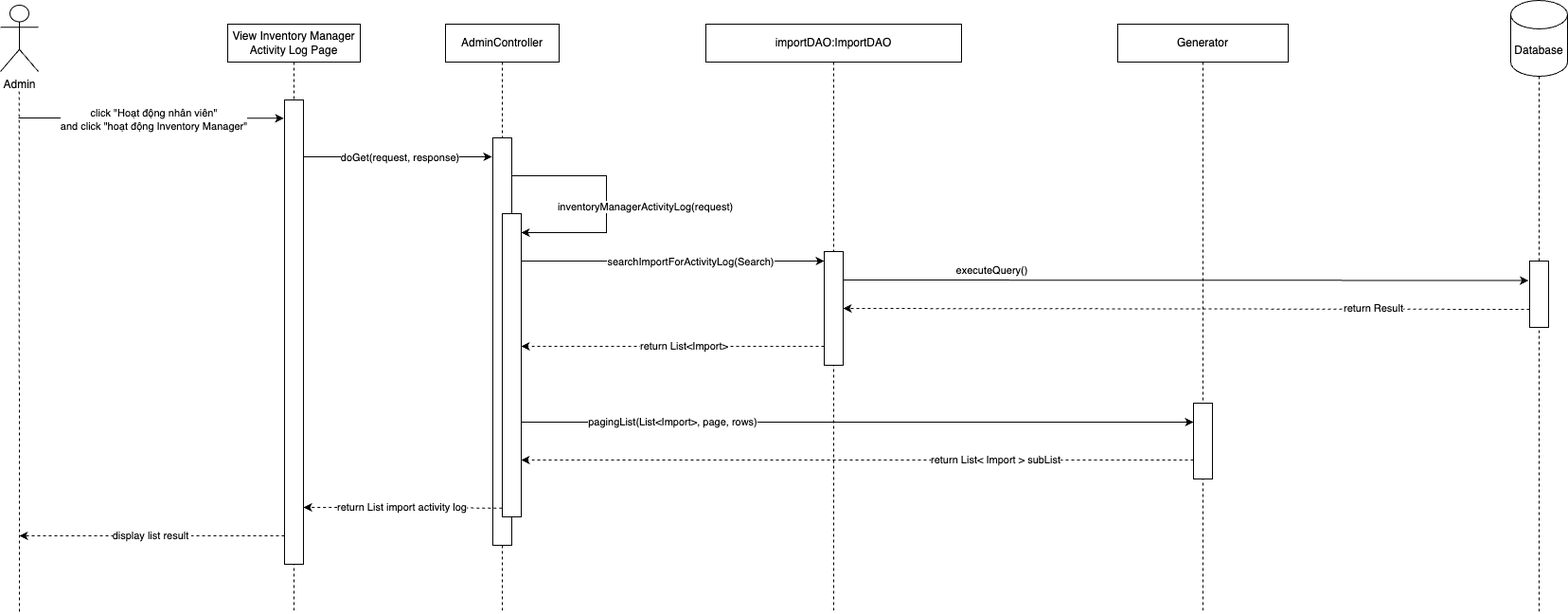
This is document/SDS/42. View inventory manager activity log/Sequence_Diagram/ViewInventoryManagerActivityLogSequenceDiagram.drawio.png from QuocZuong/perfume-store, a draw.io export, as it was before one commit. Source tidied: cells renumbered, new cells last; positions are measured from the earlier drawing's top-left corner, leaving out a move shared by most shapes.
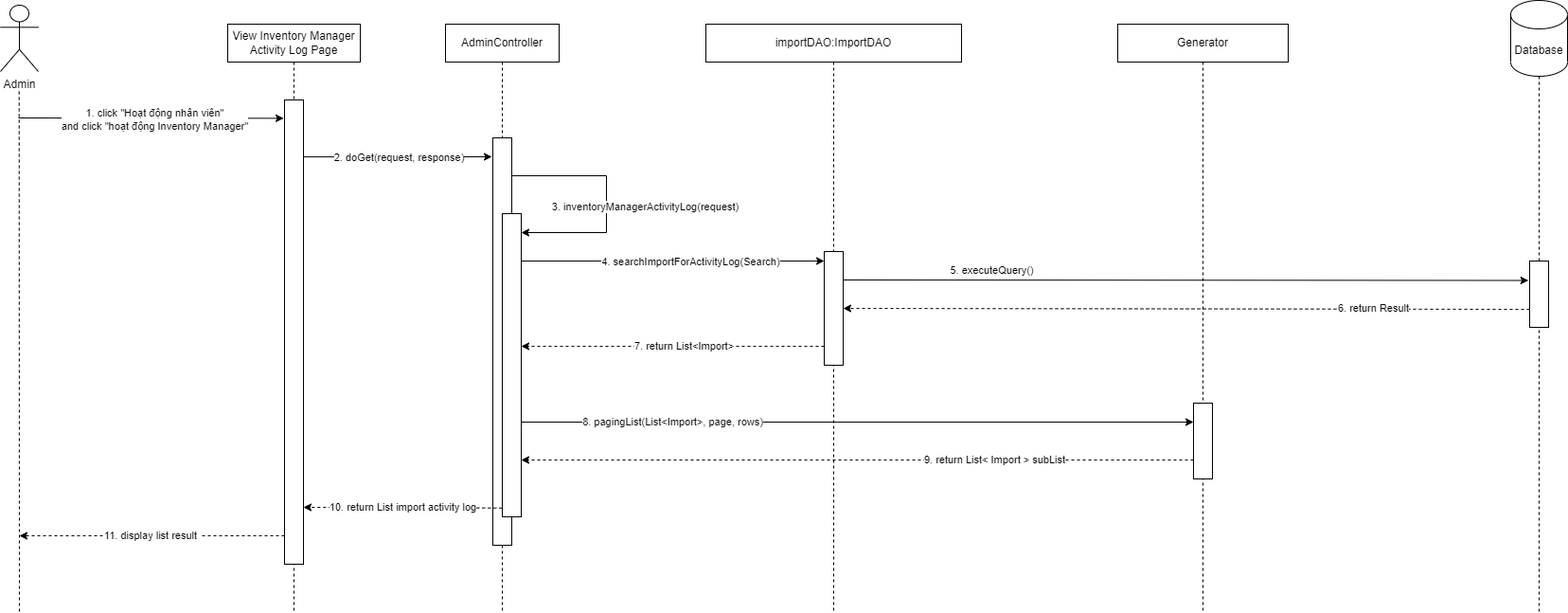
After the change.

Change to the diagram source:
```diff
@@ -32,7 +32,7 @@
         <mxPoint x="519" y="165" as="targetPoint" />
       </mxGeometry>
     </mxCell>
-    <mxCell id="10" value="doGet(request, response)" style="edgeLabel;html=1;align=center;verticalAlign=middle;" parent="9" vertex="1">
+    <mxCell id="10" value="2. doGet(request, response)" style="edgeLabel;html=1;align=center;verticalAlign=middle;" parent="9" vertex="1">
       <mxGeometry x="0.09" relative="1" as="geometry">
         <mxPoint x="-7" as="offset" />
       </mxGeometry>
@@ -43,7 +43,7 @@
         <mxPoint x="299.1" y="124.4" as="targetPoint" />
       </mxGeometry>
     </mxCell>
-    <mxCell id="12" value="click &quot;Hoạt động nhân viên&quot; &lt;br&gt;and click &quot;hoạt động Inventory Manager&quot;" style="edgeLabel;html=1;align=center;verticalAlign=middle;" parent="11" vertex="1">
+    <mxCell id="12" value="1. click &quot;Hoạt động nhân viên&quot; &lt;br&gt;and click &quot;hoạt động Inventory Manager&quot;" style="edgeLabel;html=1;align=center;verticalAlign=middle;" parent="11" vertex="1">
       <mxGeometry x="-0.16" y="2" relative="1" as="geometry">
         <mxPoint x="25" y="3" as="offset" />
       </mxGeometry>
@@ -73,18 +73,18 @@
         </Array>
       </mxGeometry>
     </mxCell>
-    <mxCell id="19" value="inventoryManagerActivityLog(request)" style="edgeLabel;html=1;align=center;verticalAlign=middle;" parent="18" vertex="1">
+    <mxCell id="19" value="3. inventoryManagerActivityLog(request)" style="edgeLabel;html=1;align=center;verticalAlign=middle;" parent="18" vertex="1">
       <mxGeometry x="0.09" relative="1" as="geometry">
         <mxPoint x="40" y="-4" as="offset" />
       </mxGeometry>
     </mxCell>
-    <mxCell id="20" value="display list result&amp;nbsp;" style="endArrow=classic;html=1;rounded=0;dashed=1;exitX=0.005;exitY=0.82;exitDx=0;exitDy=0;exitPerimeter=0;" parent="1" edge="1">
+    <mxCell id="20" value="11. display list result&amp;nbsp;" style="endArrow=classic;html=1;rounded=0;dashed=1;exitX=0.005;exitY=0.82;exitDx=0;exitDy=0;exitPerimeter=0;" parent="1" edge="1">
       <mxGeometry relative="1" as="geometry">
         <mxPoint x="300" y="565" as="sourcePoint" />
         <mxPoint x="20" y="565" as="targetPoint" />
       </mxGeometry>
     </mxCell>
-    <mxCell id="21" value="return&amp;nbsp;List&amp;lt;Import&amp;gt;" style="endArrow=classic;html=1;rounded=0;dashed=1;exitX=-0.178;exitY=0.826;exitDx=0;exitDy=0;exitPerimeter=0;" parent="1" edge="1">
+    <mxCell id="21" value="7. return&amp;nbsp;List&amp;lt;Import&amp;gt;" style="endArrow=classic;html=1;rounded=0;dashed=1;exitX=-0.178;exitY=0.826;exitDx=0;exitDy=0;exitPerimeter=0;" parent="1" edge="1">
       <mxGeometry x="-0.07" relative="1" as="geometry">
         <mxPoint x="870" y="365" as="sourcePoint" />
         <mxPoint x="550" y="365" as="targetPoint" />
@@ -93,10 +93,10 @@
     <mxCell id="22" style="rounded=0;whiteSpace=wrap;html=1;" parent="1" vertex="1">
       <mxGeometry x="1260" y="425" width="20" height="80" as="geometry" />
     </mxCell>
-    <mxCell id="23" value="executeQuery()" style="endArrow=classic;html=1;rounded=0;entryX=-0.065;entryY=0.293;entryDx=0;entryDy=0;entryPerimeter=0;exitX=1;exitY=0.25;exitDx=0;exitDy=0;" parent="1" edge="1" source="14" target="26">
+    <mxCell id="23" value="5. executeQuery()" style="endArrow=classic;html=1;rounded=0;entryX=-0.065;entryY=0.293;entryDx=0;entryDy=0;entryPerimeter=0;exitX=1;exitY=0.25;exitDx=0;exitDy=0;" parent="1" edge="1" source="14" target="26">
       <mxGeometry x="-0.57" y="10" relative="1" as="geometry" />
     </mxCell>
-    <mxCell id="24" value="return Result" style="endArrow=classic;html=1;rounded=0;dashed=1;exitX=0.012;exitY=0.85;exitDx=0;exitDy=0;exitPerimeter=0;entryX=1;entryY=0.5;entryDx=0;entryDy=0;" parent="1" edge="1" target="14">
+    <mxCell id="24" value="6. return Result" style="endArrow=classic;html=1;rounded=0;dashed=1;exitX=0.012;exitY=0.85;exitDx=0;exitDy=0;exitPerimeter=0;entryX=1;entryY=0.5;entryDx=0;entryDy=0;" parent="1" edge="1" target="14">
       <mxGeometry x="-0.54" y="-1" relative="1" as="geometry">
         <mxPoint x="1615" y="326" as="sourcePoint" />
       </mxGeometry>
@@ -109,23 +109,23 @@
     <mxCell id="26" style="rounded=0;whiteSpace=wrap;html=1;" parent="1" vertex="1">
       <mxGeometry x="1615" y="275" width="20" height="70" as="geometry" />
     </mxCell>
-    <mxCell id="27" value="return List import activity log" style="endArrow=classic;html=1;rounded=0;dashed=1;exitX=-0.01;exitY=0.971;exitDx=0;exitDy=0;exitPerimeter=0;" parent="1" edge="1" source="17">
+    <mxCell id="27" value="10. return List import activity log" style="endArrow=classic;html=1;rounded=0;dashed=1;exitX=-0.01;exitY=0.971;exitDx=0;exitDy=0;exitPerimeter=0;" parent="1" edge="1" source="17">
       <mxGeometry relative="1" as="geometry">
         <mxPoint x="320" y="535" as="targetPoint" />
       </mxGeometry>
     </mxCell>
-    <mxCell id="28" value="searchImportForActivityLog(Search)" style="endArrow=classic;html=1;rounded=0;exitX=1;exitY=0.25;exitDx=0;exitDy=0;" parent="1" edge="1">
+    <mxCell id="28" value="4. searchImportForActivityLog(Search)" style="endArrow=classic;html=1;rounded=0;exitX=1;exitY=0.25;exitDx=0;exitDy=0;" parent="1" edge="1">
       <mxGeometry x="0.12" y="-1" relative="1" as="geometry">
         <mxPoint x="550" y="275" as="sourcePoint" />
         <mxPoint x="870" y="275" as="targetPoint" />
       </mxGeometry>
     </mxCell>
-    <mxCell id="29" value="pagingList(List&amp;lt;Import&amp;gt;, page, rows)" style="endArrow=classic;html=1;rounded=0;entryX=0;entryY=0.25;entryDx=0;entryDy=0;" parent="1" edge="1" target="22">
+    <mxCell id="29" value="8. pagingList(List&amp;lt;Import&amp;gt;, page, rows)" style="endArrow=classic;html=1;rounded=0;entryX=0;entryY=0.25;entryDx=0;entryDy=0;" parent="1" edge="1" target="22">
       <mxGeometry x="-0.55" relative="1" as="geometry">
         <mxPoint x="550" y="445" as="sourcePoint" />
       </mxGeometry>
     </mxCell>
-    <mxCell id="30" value="return List&amp;lt;&amp;nbsp;Import &amp;gt; subList" style="endArrow=classic;html=1;rounded=0;dashed=1;exitX=-0.178;exitY=0.826;exitDx=0;exitDy=0;exitPerimeter=0;" parent="1" edge="1">
+    <mxCell id="30" value="9. return List&amp;lt;&amp;nbsp;Import &amp;gt; subList" style="endArrow=classic;html=1;rounded=0;dashed=1;exitX=-0.178;exitY=0.826;exitDx=0;exitDy=0;exitPerimeter=0;" parent="1" edge="1">
       <mxGeometry x="-0.41" relative="1" as="geometry">
         <mxPoint x="1260" y="485" as="sourcePoint" />
         <mxPoint x="550" y="485" as="targetPoint" />
```
